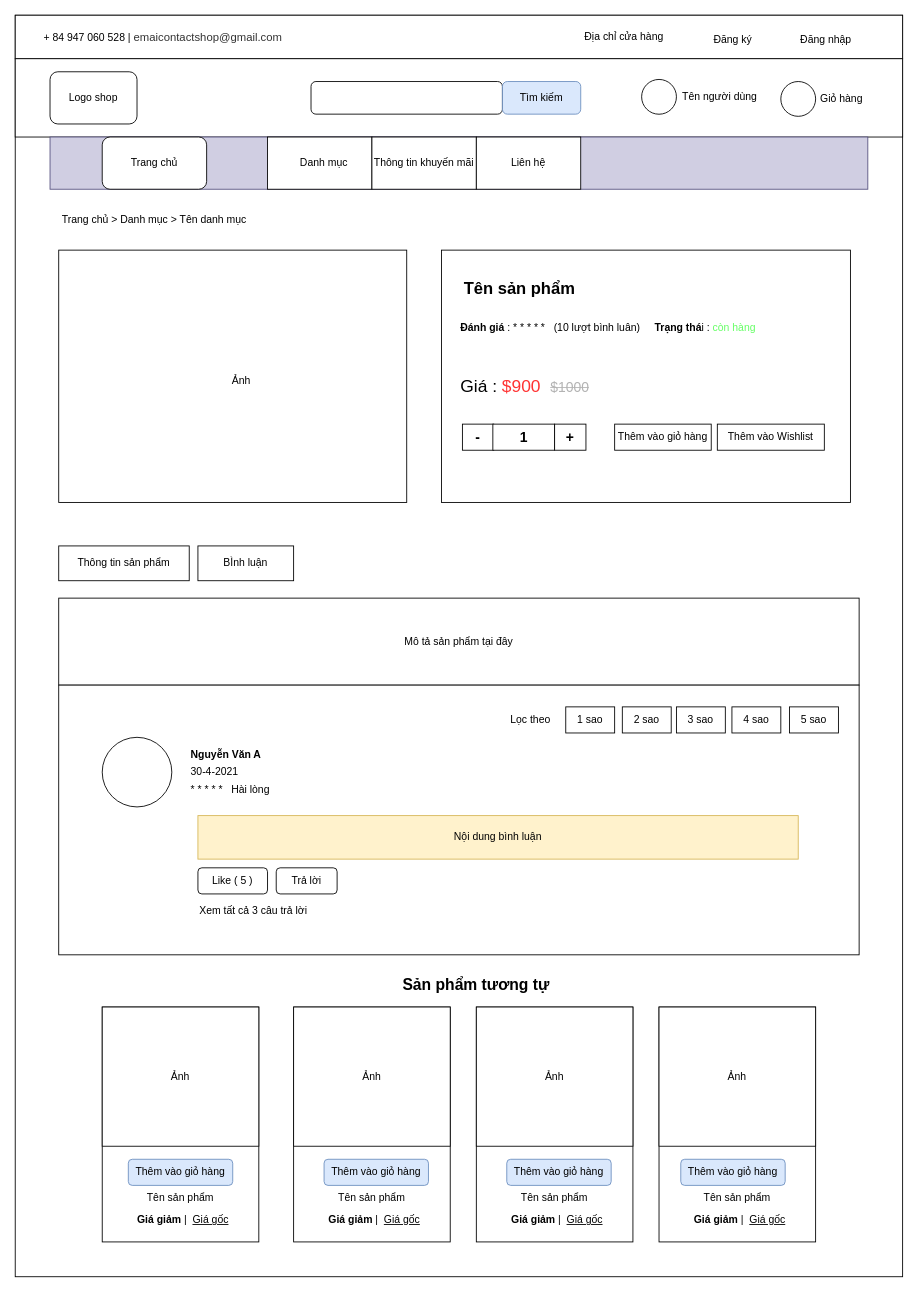
This is mockup-fe/product-mockup.drawio from nguyenphamvan/datn_20202, a draw.io file, before an edit. Source tidied: cells renumbered, new cells numbered last; positions are measured from the earlier drawing's top-left corner, leaving out a move shared by most shapes. Both pictures are drawn from the tidied source at 87%, with x=0, y=0 at pixel (15, 15).
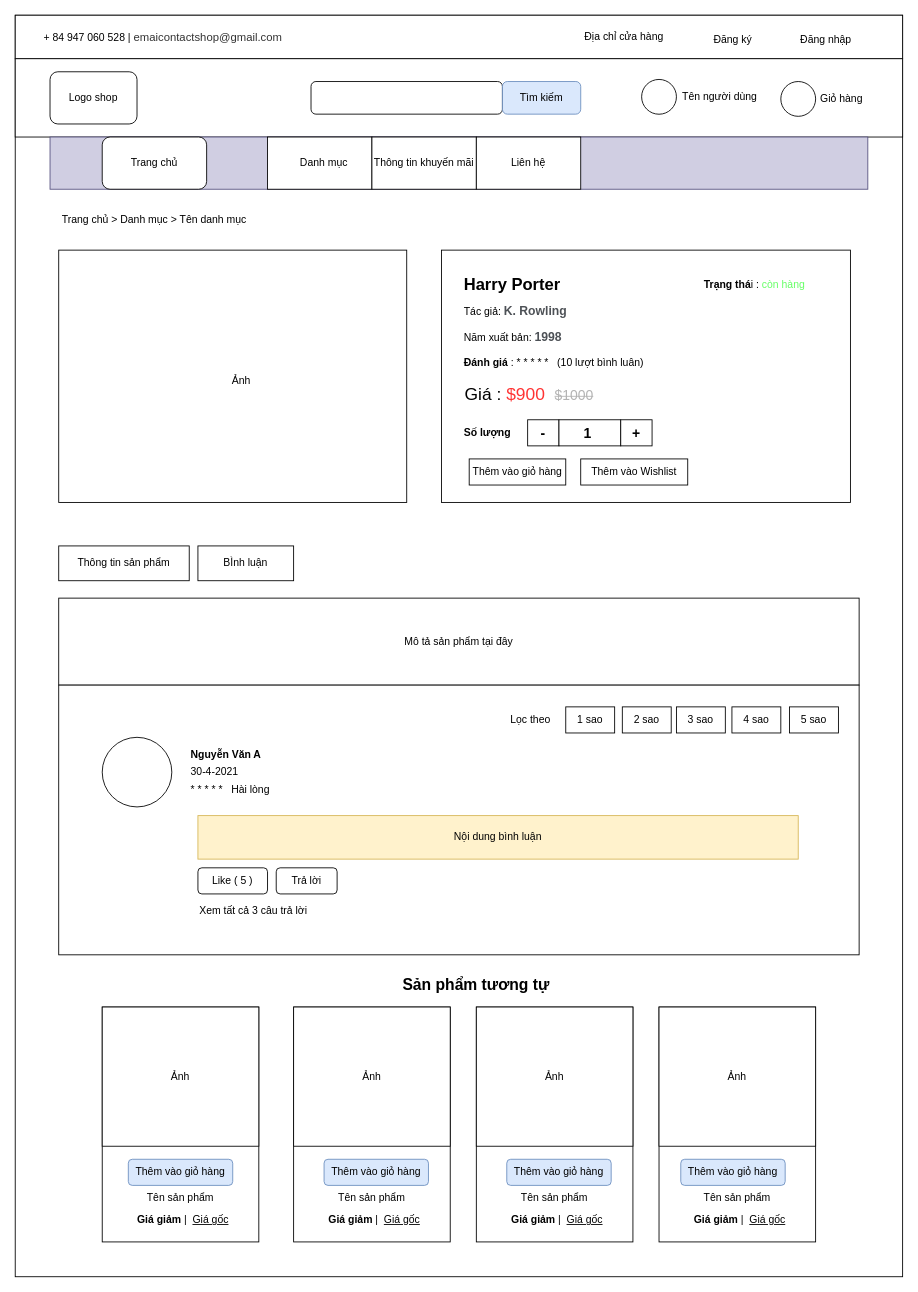
The same diagram, later.

Diff of the diagram source:
```diff
@@
-    <mxCell id="31" value="&lt;b&gt;&lt;font style=&quot;font-size: 19px&quot;&gt;Tên sản phẩm&lt;/font&gt;&lt;/b&gt;" style="text;html=1;strokeColor=none;fillColor=none;align=left;verticalAlign=middle;whiteSpace=wrap;rounded=0;" parent="1" vertex="1">
-      <mxGeometry x="514" y="300" width="240" height="30" as="geometry" />
+    <mxCell id="31" value="&lt;b&gt;&lt;font style=&quot;font-size: 19px&quot;&gt;Harry Porter&lt;/font&gt;&lt;/b&gt;" style="text;html=1;strokeColor=none;fillColor=none;align=left;verticalAlign=middle;whiteSpace=wrap;rounded=0;" parent="1" vertex="1">
+      <mxGeometry x="514" y="295" width="136" height="30" as="geometry" />
     </mxCell>
-    <mxCell id="32" value="&lt;b&gt;Đánh giá&lt;/b&gt; : * * * * *&amp;nbsp; &amp;nbsp;(10 lượt bình luân)&amp;nbsp; &amp;nbsp; &amp;nbsp;&lt;b&gt;Trạng thá&lt;/b&gt;i : &lt;font color=&quot;#66ff66&quot;&gt;còn hàng&lt;/font&gt;" style="text;html=1;strokeColor=none;fillColor=none;align=left;verticalAlign=middle;whiteSpace=wrap;rounded=0;" parent="1" vertex="1">
-      <mxGeometry x="510" y="350" width="360" height="20" as="geometry" />
+    <mxCell id="32" value="&lt;b&gt;Đánh giá&lt;/b&gt; : * * * * *&amp;nbsp; &amp;nbsp;(10 lượt bình luân)&amp;nbsp; &amp;nbsp; &amp;nbsp;" style="text;html=1;strokeColor=none;fillColor=none;align=left;verticalAlign=middle;whiteSpace=wrap;rounded=0;" parent="1" vertex="1">
+      <mxGeometry x="514" y="390" width="226" height="20" as="geometry" />
     </mxCell>
     <mxCell id="33" value="&lt;font style=&quot;font-size: 20px&quot;&gt;Giá : &lt;font color=&quot;#ff3333&quot;&gt;$900&lt;/font&gt;&amp;nbsp; &lt;/font&gt;&lt;font size=&quot;1&quot; color=&quot;#b3b3b3&quot;&gt;&lt;strike style=&quot;font-size: 16px&quot;&gt;$1000&lt;/strike&gt;&lt;/font&gt;" style="text;html=1;strokeColor=none;fillColor=none;align=left;verticalAlign=middle;whiteSpace=wrap;rounded=0;" parent="1" vertex="1">
-      <mxGeometry x="510" y="400" width="250" height="50" as="geometry" />
+      <mxGeometry x="515" y="410" width="250" height="50" as="geometry" />
     </mxCell>
     <mxCell id="34" style="rounded=0;whiteSpace=wrap;html=1;" parent="1" vertex="1">
-      <mxGeometry x="514" y="470" width="36" height="30" as="geometry" />
+      <mxGeometry x="589" y="465" width="36" height="30" as="geometry" />
     </mxCell>
     <mxCell id="35" style="rounded=0;whiteSpace=wrap;html=1;" parent="1" vertex="1">
-      <mxGeometry x="549" y="470" width="71" height="30" as="geometry" />
+      <mxGeometry x="625" y="465" width="71" height="30" as="geometry" />
     </mxCell>
     <mxCell id="36" style="rounded=0;whiteSpace=wrap;html=1;" parent="1" vertex="1">
-      <mxGeometry x="620" y="470" width="36" height="30" as="geometry" />
+      <mxGeometry x="696" y="465" width="36" height="30" as="geometry" />
     </mxCell>
     <mxCell id="37" value="Thêm vào giỏ hàng" style="rounded=0;whiteSpace=wrap;html=1;" parent="1" vertex="1">
-      <mxGeometry x="689" y="470" width="111" height="30" as="geometry" />
+      <mxGeometry x="521.8" y="510" width="111" height="30" as="geometry" />
     </mxCell>
     <mxCell id="38" value="Thêm vào Wishlist" style="rounded=0;whiteSpace=wrap;html=1;" parent="1" vertex="1">
-      <mxGeometry x="807" y="470" width="123" height="30" as="geometry" />
+      <mxGeometry x="650" y="510" width="123" height="30" as="geometry" />
     </mxCell>
     <mxCell id="39" value="&lt;font style=&quot;font-size: 16px&quot;&gt;&lt;b&gt;-&lt;/b&gt;&lt;/font&gt;" style="text;html=1;strokeColor=none;fillColor=none;align=center;verticalAlign=middle;whiteSpace=wrap;rounded=0;" parent="1" vertex="1">
-      <mxGeometry x="514" y="475" width="36" height="20" as="geometry" />
+      <mxGeometry x="589" y="470" width="36" height="20" as="geometry" />
     </mxCell>
     <mxCell id="40" value="&lt;font style=&quot;font-size: 16px&quot;&gt;&lt;b&gt;+&lt;/b&gt;&lt;/font&gt;" style="text;html=1;strokeColor=none;fillColor=none;align=center;verticalAlign=middle;whiteSpace=wrap;rounded=0;" parent="1" vertex="1">
-      <mxGeometry x="620" y="475" width="36" height="20" as="geometry" />
+      <mxGeometry x="696" y="470" width="36" height="20" as="geometry" />
     </mxCell>
     <mxCell id="41" value="&lt;font style=&quot;font-size: 16px&quot;&gt;&lt;b&gt;1&lt;/b&gt;&lt;/font&gt;" style="text;html=1;strokeColor=none;fillColor=none;align=center;verticalAlign=middle;whiteSpace=wrap;rounded=0;" parent="1" vertex="1">
-      <mxGeometry x="566.5" y="475" width="36" height="20" as="geometry" />
+      <mxGeometry x="640" y="470" width="36" height="20" as="geometry" />
     </mxCell>
@@
+    <mxCell id="85" value="Tác giả:&amp;nbsp;&lt;span style=&quot;color: rgb(77 , 81 , 86) ; font-family: &amp;#34;arial&amp;#34; , sans-serif ; font-size: 14px ; background-color: rgb(255 , 255 , 255)&quot;&gt;&lt;b&gt;K. Rowling&lt;/b&gt;&lt;/span&gt;" style="text;html=1;strokeColor=none;fillColor=none;align=left;verticalAlign=middle;whiteSpace=wrap;rounded=0;" parent="1" vertex="1">
+      <mxGeometry x="514" y="330" width="136" height="20" as="geometry" />
+    </mxCell>
+    <mxCell id="86" value="Năm xuất bản: &lt;font color=&quot;#4d5156&quot; face=&quot;arial, sans-serif&quot;&gt;&lt;span style=&quot;font-size: 14px ; background-color: rgb(255 , 255 , 255)&quot;&gt;&lt;b&gt;1998&lt;/b&gt;&lt;/span&gt;&lt;/font&gt;" style="text;html=1;strokeColor=none;fillColor=none;align=left;verticalAlign=middle;whiteSpace=wrap;rounded=0;" parent="1" vertex="1">
+      <mxGeometry x="514" y="360" width="166" height="20" as="geometry" />
+    </mxCell>
+    <mxCell id="87" value="&lt;b style=&quot;text-align: left&quot;&gt;Trạng thá&lt;/b&gt;&lt;span style=&quot;text-align: left&quot;&gt;i :&amp;nbsp;&lt;/span&gt;&lt;font color=&quot;#66ff66&quot; style=&quot;text-align: left&quot;&gt;còn hàng&lt;/font&gt;" style="text;html=1;strokeColor=none;fillColor=none;align=center;verticalAlign=middle;whiteSpace=wrap;rounded=0;" parent="1" vertex="1">
+      <mxGeometry x="790" y="300" width="120" height="20" as="geometry" />
+    </mxCell>
+    <mxCell id="88" value="&lt;b&gt;Số lượng&lt;/b&gt;" style="text;html=1;strokeColor=none;fillColor=none;align=left;verticalAlign=middle;whiteSpace=wrap;rounded=0;" parent="1" vertex="1">
+      <mxGeometry x="514" y="470" width="86" height="20" as="geometry" />
+    </mxCell>
```
